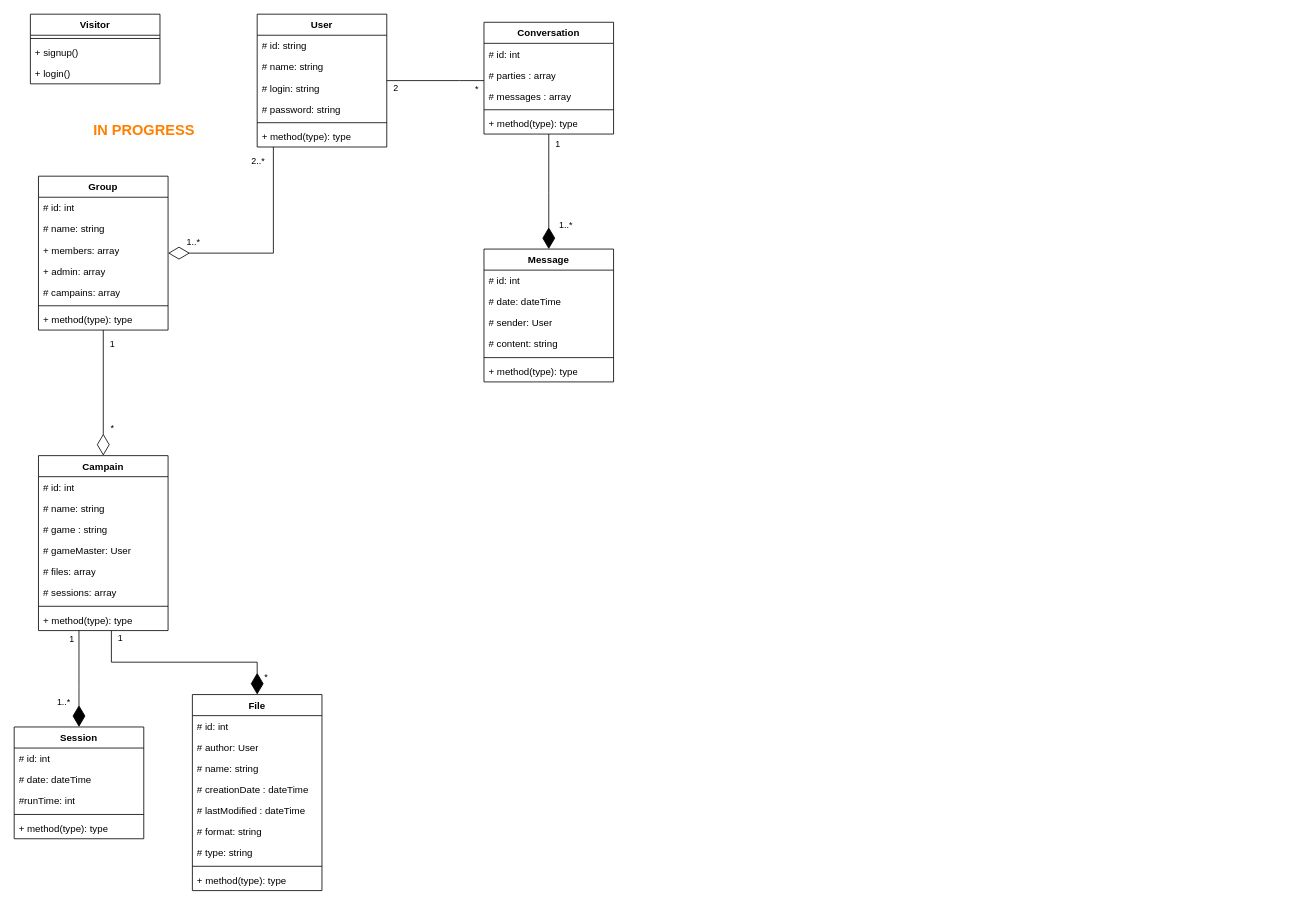
This is page "UML" (3 of 4) of Documentation/Diagrames.drawio from ThreeLeggedDuckling/I3WAD_SymfonyProject, a draw.io file, before an edit. Source tidied: cells renumbered, new cells numbered last; positions are measured from the earlier drawing's top-left corner, leaving out a move shared by most shapes. Both pictures are drawn from the tidied source at 81%, with x=0, y=0 at pixel (14, 14).
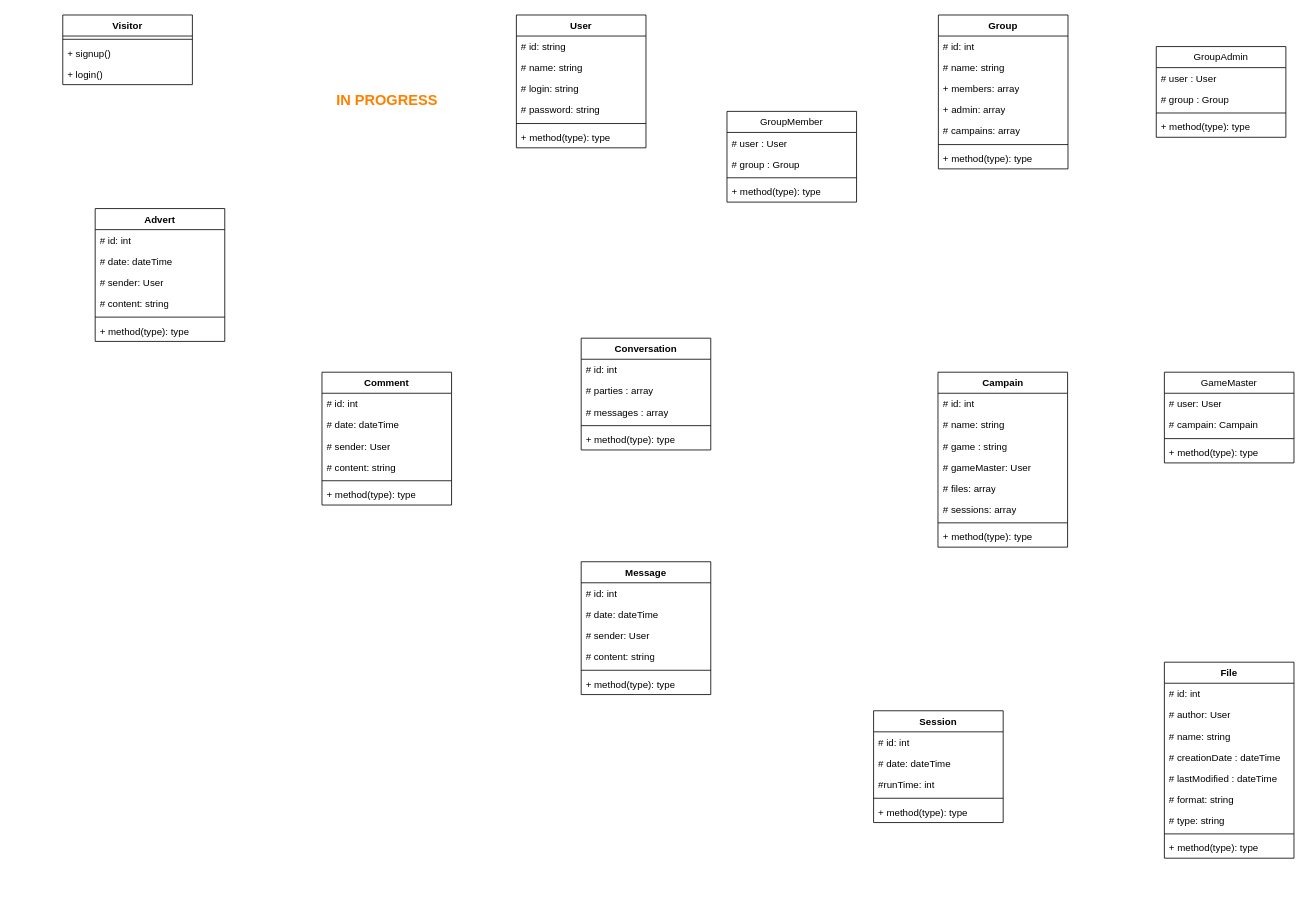
The same page after the edit.

Diff of the diagram source:
```diff
@@
     <mxCell id="2" value="User" style="swimlane;fontStyle=1;align=center;verticalAlign=top;horizontal=1;startSize=26;whiteSpace=wrap;html=1;" parent="1" vertex="1">
-      <mxGeometry x="300" width="160" height="164" as="geometry" />
+      <mxGeometry x="620" y="1" width="160" height="164" as="geometry" />
     </mxCell>
@@
     <mxCell id="9" value="Visitor" style="swimlane;fontStyle=1;align=center;verticalAlign=top;horizontal=1;startSize=26;whiteSpace=wrap;html=1;" parent="1" vertex="1">
-      <mxGeometry x="20" width="160" height="86" as="geometry" />
+      <mxGeometry x="60" y="1" width="160" height="86" as="geometry" />
     </mxCell>
@@
     <mxCell id="13" value="Group" style="swimlane;fontStyle=1;align=center;verticalAlign=top;horizontal=1;startSize=26;whiteSpace=wrap;html=1;" parent="1" vertex="1">
-      <mxGeometry x="30" y="200" width="160" height="190" as="geometry" />
+      <mxGeometry x="1141" y="1" width="160" height="190" as="geometry" />
     </mxCell>
@@
     <mxCell id="21" value="Campain" style="swimlane;fontStyle=1;align=center;verticalAlign=top;horizontal=1;startSize=26;whiteSpace=wrap;html=1;" parent="1" vertex="1">
-      <mxGeometry x="30" y="545" width="160" height="216" as="geometry" />
+      <mxGeometry x="1140.5" y="442" width="160" height="216" as="geometry" />
     </mxCell>
@@
     <mxCell id="30" value="Conversation" style="swimlane;fontStyle=1;align=center;verticalAlign=top;horizontal=1;startSize=26;whiteSpace=wrap;html=1;" parent="1" vertex="1">
-      <mxGeometry x="580" y="10" width="160" height="138" as="geometry" />
+      <mxGeometry x="700" y="400" width="160" height="138" as="geometry" />
     </mxCell>
@@
-    <mxCell id="36" style="endArrow=diamondThin;endFill=0;endSize=24;html=1;rounded=0;edgeStyle=orthogonalEdgeStyle;" parent="1" edge="1" source="13" target="21">
-      <mxGeometry relative="1" as="geometry" />
-    </mxCell>
-    <mxCell id="37" value="1" style="edgeLabel;html=1;align=center;verticalAlign=middle;" parent="36" vertex="1">
-      <mxGeometry x="0.01" y="1" relative="1" as="geometry">
-        <mxPoint x="9" y="-61" as="offset" />
-      </mxGeometry>
-    </mxCell>
-    <mxCell id="38" value="*" style="edgeLabel;html=1;align=center;verticalAlign=middle;" parent="36" vertex="1">
-      <mxGeometry x="0.48" y="1" relative="1" as="geometry">
-        <mxPoint x="9" y="5" as="offset" />
-      </mxGeometry>
-    </mxCell>
-    <mxCell id="39" style="endArrow=none;html=1;rounded=0;edgeStyle=orthogonalEdgeStyle;" parent="1" edge="1" source="2" target="30">
-      <mxGeometry relative="1" as="geometry">
-        <Array as="points">
-          <mxPoint x="550" y="82" />
-          <mxPoint x="550" y="82" />
-        </Array>
-      </mxGeometry>
-    </mxCell>
-    <mxCell id="40" value="*" style="edgeLabel;html=1;align=center;verticalAlign=middle;" parent="39" vertex="1">
-      <mxGeometry x="0.57" y="-1" relative="1" as="geometry">
-        <mxPoint x="16" y="8" as="offset" />
-      </mxGeometry>
-    </mxCell>
-    <mxCell id="41" value="2" style="edgeLabel;html=1;align=center;verticalAlign=middle;" parent="39" vertex="1">
-      <mxGeometry x="-0.52" y="-2" relative="1" as="geometry">
-        <mxPoint x="-19" y="6" as="offset" />
-      </mxGeometry>
-    </mxCell>
-    <mxCell id="42" style="endArrow=diamondThin;endFill=0;endSize=24;html=1;rounded=0;edgeStyle=orthogonalEdgeStyle;" parent="1" edge="1" source="2" target="13">
-      <mxGeometry relative="1" as="geometry">
-        <Array as="points">
-          <mxPoint x="320" y="295" />
-        </Array>
-      </mxGeometry>
-    </mxCell>
-    <mxCell id="43" value="1..*" style="edgeLabel;html=1;align=center;verticalAlign=middle;" parent="42" vertex="1">
-      <mxGeometry x="-0.06" relative="1" as="geometry">
-        <mxPoint x="-100" y="-7" as="offset" />
-      </mxGeometry>
-    </mxCell>
-    <mxCell id="44" value="2..*" style="edgeLabel;html=1;align=center;verticalAlign=middle;" parent="42" vertex="1">
-      <mxGeometry x="-0.59" y="-2" relative="1" as="geometry">
-        <mxPoint x="-18" y="-38" as="offset" />
-      </mxGeometry>
-    </mxCell>
     <mxCell id="45" value="&lt;b&gt;&lt;font color=&quot;#ff8000&quot; style=&quot;font-size: 18px;&quot;&gt;IN PROGRESS&lt;/font&gt;&lt;/b&gt;" style="text;html=1;align=center;verticalAlign=middle;strokeColor=none;fillColor=none;" parent="1" vertex="1">
-      <mxGeometry x="85" y="124" width="150" height="40" as="geometry" />
+      <mxGeometry x="385" y="87" width="150" height="40" as="geometry" />
     </mxCell>
     <mxCell id="46" value="Session" style="swimlane;fontStyle=1;align=center;verticalAlign=top;horizontal=1;startSize=26;whiteSpace=wrap;html=1;" parent="1" vertex="1">
-      <mxGeometry y="880" width="160" height="138" as="geometry" />
+      <mxGeometry x="1061" y="860" width="160" height="138" as="geometry" />
     </mxCell>
@@
     <mxCell id="52" value="File" style="swimlane;fontStyle=1;align=center;verticalAlign=top;horizontal=1;startSize=26;whiteSpace=wrap;html=1;" parent="1" vertex="1">
-      <mxGeometry x="220" y="840" width="160" height="242" as="geometry" />
+      <mxGeometry x="1420" y="800" width="160" height="242" as="geometry" />
     </mxCell>
@@
-    <mxCell id="62" style="endArrow=diamondThin;endFill=1;endSize=24;html=1;rounded=0;edgeStyle=orthogonalEdgeStyle;" parent="1" edge="1" source="21" target="52">
-      <mxGeometry relative="1" as="geometry">
-        <Array as="points">
-          <mxPoint x="120" y="800" />
-          <mxPoint x="300" y="800" />
-        </Array>
-      </mxGeometry>
-    </mxCell>
-    <mxCell id="63" value="1" style="edgeLabel;html=1;align=center;verticalAlign=middle;" parent="62" vertex="1">
-      <mxGeometry x="-0.85" y="-2" relative="1" as="geometry">
-        <mxPoint x="12" y="-11" as="offset" />
-      </mxGeometry>
-    </mxCell>
-    <mxCell id="64" value="*" style="edgeLabel;html=1;align=center;verticalAlign=middle;" parent="62" vertex="1">
-      <mxGeometry x="0.83" y="2" relative="1" as="geometry">
-        <mxPoint x="8" as="offset" />
-      </mxGeometry>
-    </mxCell>
-    <mxCell id="65" style="endArrow=diamondThin;endFill=1;endSize=24;html=1;rounded=0;edgeStyle=orthogonalEdgeStyle;" parent="1" edge="1" source="21" target="46">
-      <mxGeometry relative="1" as="geometry">
-        <Array as="points">
-          <mxPoint x="80" y="830" />
-          <mxPoint x="80" y="830" />
-        </Array>
-      </mxGeometry>
-    </mxCell>
-    <mxCell id="66" value="1" style="edgeLabel;html=1;align=center;verticalAlign=middle;" parent="65" vertex="1">
-      <mxGeometry x="0.01" y="-1" relative="1" as="geometry">
-        <mxPoint x="-9" y="-51" as="offset" />
-      </mxGeometry>
-    </mxCell>
-    <mxCell id="67" value="1..*" style="edgeLabel;html=1;align=center;verticalAlign=middle;" parent="65" vertex="1">
-      <mxGeometry x="0.46" y="1" relative="1" as="geometry">
-        <mxPoint x="-21" as="offset" />
-      </mxGeometry>
-    </mxCell>
-    <mxCell id="68" value="Message" style="swimlane;fontStyle=1;align=center;verticalAlign=top;horizontal=1;startSize=26;whiteSpace=wrap;html=1;" parent="1" vertex="1">
-      <mxGeometry x="580" y="290" width="160" height="164" as="geometry" />
+    <mxCell id="68" value="Advert" style="swimlane;fontStyle=1;align=center;verticalAlign=top;horizontal=1;startSize=26;whiteSpace=wrap;html=1;" parent="1" vertex="1">
+      <mxGeometry x="100" y="240" width="160" height="164" as="geometry" />
     </mxCell>
@@
-    <mxCell id="75" style="endArrow=diamondThin;endFill=1;endSize=24;html=1;rounded=0;edgeStyle=orthogonalEdgeStyle;" parent="1" edge="1" source="30" target="68">
-      <mxGeometry relative="1" as="geometry">
-        <Array as="points">
-          <mxPoint x="660" y="220" />
-          <mxPoint x="660" y="220" />
-        </Array>
-      </mxGeometry>
-    </mxCell>
-    <mxCell id="76" value="1" style="edgeLabel;html=1;align=center;verticalAlign=middle;" parent="75" vertex="1">
-      <mxGeometry x="-0.49" y="-1" relative="1" as="geometry">
-        <mxPoint x="11" y="-24" as="offset" />
-      </mxGeometry>
-    </mxCell>
-    <mxCell id="77" value="1..*" style="edgeLabel;html=1;align=center;verticalAlign=middle;" parent="75" vertex="1">
-      <mxGeometry x="0.49" relative="1" as="geometry">
-        <mxPoint x="20" y="6" as="offset" />
-      </mxGeometry>
-    </mxCell>
+    <mxCell id="78" value="GroupAdmin" style="swimlane;fontStyle=0;horizontal=1;startSize=26;fillColor=none;whiteSpace=wrap;html=1;" parent="1" vertex="1">
+      <mxGeometry x="1410" y="40" width="160" height="112" as="geometry" />
+    </mxCell>
+    <mxCell id="79" value="# user : User" style="text;strokeColor=none;fillColor=none;align=left;verticalAlign=top;spacingLeft=4;spacingRight=4;overflow=hidden;whiteSpace=wrap;html=1;" parent="78" vertex="1">
+      <mxGeometry y="26" width="160" height="26" as="geometry" />
+    </mxCell>
+    <mxCell id="80" value="# group : Group" style="text;strokeColor=none;fillColor=none;align=left;verticalAlign=top;spacingLeft=4;spacingRight=4;overflow=hidden;whiteSpace=wrap;html=1;" parent="78" vertex="1">
+      <mxGeometry y="52" width="160" height="26" as="geometry" />
+    </mxCell>
+    <mxCell id="81" style="line;strokeWidth=1;fillColor=none;align=left;verticalAlign=middle;spacingTop=-1;spacingLeft=3;spacingRight=3;labelPosition=right;strokeColor=inherit;" parent="78" vertex="1">
+      <mxGeometry y="78" width="160" height="8" as="geometry" />
+    </mxCell>
+    <mxCell id="82" value="+ method(type): type" style="text;strokeColor=none;fillColor=none;align=left;verticalAlign=top;spacingLeft=4;spacingRight=4;overflow=hidden;whiteSpace=wrap;html=1;" parent="78" vertex="1">
+      <mxGeometry y="86" width="160" height="26" as="geometry" />
+    </mxCell>
+    <mxCell id="83" value="GameMaster" style="swimlane;fontStyle=0;horizontal=1;startSize=26;fillColor=none;whiteSpace=wrap;html=1;" parent="1" vertex="1">
+      <mxGeometry x="1420" y="442" width="160" height="112" as="geometry" />
+    </mxCell>
+    <mxCell id="84" value="# user: User" style="text;strokeColor=none;fillColor=none;align=left;verticalAlign=top;spacingLeft=4;spacingRight=4;overflow=hidden;whiteSpace=wrap;html=1;" parent="83" vertex="1">
+      <mxGeometry y="26" width="160" height="26" as="geometry" />
+    </mxCell>
+    <mxCell id="85" value="# campain: Campain" style="text;strokeColor=none;fillColor=none;align=left;verticalAlign=top;spacingLeft=4;spacingRight=4;overflow=hidden;whiteSpace=wrap;html=1;" parent="83" vertex="1">
+      <mxGeometry y="52" width="160" height="26" as="geometry" />
+    </mxCell>
+    <mxCell id="86" style="line;strokeWidth=1;fillColor=none;align=left;verticalAlign=middle;spacingTop=-1;spacingLeft=3;spacingRight=3;labelPosition=right;strokeColor=inherit;" parent="83" vertex="1">
+      <mxGeometry y="78" width="160" height="8" as="geometry" />
+    </mxCell>
+    <mxCell id="87" value="+ method(type): type" style="text;strokeColor=none;fillColor=none;align=left;verticalAlign=top;spacingLeft=4;spacingRight=4;overflow=hidden;whiteSpace=wrap;html=1;" parent="83" vertex="1">
+      <mxGeometry y="86" width="160" height="26" as="geometry" />
+    </mxCell>
+    <mxCell id="88" value="Message" style="swimlane;fontStyle=1;align=center;verticalAlign=top;horizontal=1;startSize=26;whiteSpace=wrap;html=1;" parent="1" vertex="1">
+      <mxGeometry x="700" y="676" width="160" height="164" as="geometry" />
+    </mxCell>
+    <mxCell id="89" value="# id: int" style="text;strokeColor=none;fillColor=none;align=left;verticalAlign=top;spacingLeft=4;spacingRight=4;overflow=hidden;whiteSpace=wrap;html=1;" parent="88" vertex="1">
+      <mxGeometry y="26" width="160" height="26" as="geometry" />
+    </mxCell>
+    <mxCell id="90" value="# date: dateTime" style="text;strokeColor=none;fillColor=none;align=left;verticalAlign=top;spacingLeft=4;spacingRight=4;overflow=hidden;whiteSpace=wrap;html=1;" parent="88" vertex="1">
+      <mxGeometry y="52" width="160" height="26" as="geometry" />
+    </mxCell>
+    <mxCell id="91" value="# sender: User" style="text;strokeColor=none;fillColor=none;align=left;verticalAlign=top;spacingLeft=4;spacingRight=4;overflow=hidden;whiteSpace=wrap;html=1;" parent="88" vertex="1">
+      <mxGeometry y="78" width="160" height="26" as="geometry" />
+    </mxCell>
+    <mxCell id="92" value="# content: string" style="text;strokeColor=none;fillColor=none;align=left;verticalAlign=top;spacingLeft=4;spacingRight=4;overflow=hidden;whiteSpace=wrap;html=1;" parent="88" vertex="1">
+      <mxGeometry y="104" width="160" height="26" as="geometry" />
+    </mxCell>
+    <mxCell id="93" style="line;strokeWidth=1;fillColor=none;align=left;verticalAlign=middle;spacingTop=-1;spacingLeft=3;spacingRight=3;labelPosition=right;strokeColor=inherit;" parent="88" vertex="1">
+      <mxGeometry y="130" width="160" height="8" as="geometry" />
+    </mxCell>
+    <mxCell id="94" value="+ method(type): type" style="text;strokeColor=none;fillColor=none;align=left;verticalAlign=top;spacingLeft=4;spacingRight=4;overflow=hidden;whiteSpace=wrap;html=1;" parent="88" vertex="1">
+      <mxGeometry y="138" width="160" height="26" as="geometry" />
+    </mxCell>
+    <mxCell id="95" value="Comment" style="swimlane;fontStyle=1;align=center;verticalAlign=top;horizontal=1;startSize=26;whiteSpace=wrap;html=1;" parent="1" vertex="1">
+      <mxGeometry x="380" y="442" width="160" height="164" as="geometry" />
+    </mxCell>
+    <mxCell id="96" value="# id: int" style="text;strokeColor=none;fillColor=none;align=left;verticalAlign=top;spacingLeft=4;spacingRight=4;overflow=hidden;whiteSpace=wrap;html=1;" parent="95" vertex="1">
+      <mxGeometry y="26" width="160" height="26" as="geometry" />
+    </mxCell>
+    <mxCell id="97" value="# date: dateTime" style="text;strokeColor=none;fillColor=none;align=left;verticalAlign=top;spacingLeft=4;spacingRight=4;overflow=hidden;whiteSpace=wrap;html=1;" parent="95" vertex="1">
+      <mxGeometry y="52" width="160" height="26" as="geometry" />
+    </mxCell>
+    <mxCell id="98" value="# sender: User" style="text;strokeColor=none;fillColor=none;align=left;verticalAlign=top;spacingLeft=4;spacingRight=4;overflow=hidden;whiteSpace=wrap;html=1;" parent="95" vertex="1">
+      <mxGeometry y="78" width="160" height="26" as="geometry" />
+    </mxCell>
+    <mxCell id="99" value="# content: string" style="text;strokeColor=none;fillColor=none;align=left;verticalAlign=top;spacingLeft=4;spacingRight=4;overflow=hidden;whiteSpace=wrap;html=1;" parent="95" vertex="1">
+      <mxGeometry y="104" width="160" height="26" as="geometry" />
+    </mxCell>
+    <mxCell id="100" style="line;strokeWidth=1;fillColor=none;align=left;verticalAlign=middle;spacingTop=-1;spacingLeft=3;spacingRight=3;labelPosition=right;strokeColor=inherit;" parent="95" vertex="1">
+      <mxGeometry y="130" width="160" height="8" as="geometry" />
+    </mxCell>
+    <mxCell id="101" value="+ method(type): type" style="text;strokeColor=none;fillColor=none;align=left;verticalAlign=top;spacingLeft=4;spacingRight=4;overflow=hidden;whiteSpace=wrap;html=1;" parent="95" vertex="1">
+      <mxGeometry y="138" width="160" height="26" as="geometry" />
+    </mxCell>
+    <mxCell id="102" value="GroupMember" style="swimlane;fontStyle=0;horizontal=1;startSize=26;fillColor=none;whiteSpace=wrap;html=1;" parent="1" vertex="1">
+      <mxGeometry x="880" y="120" width="160" height="112" as="geometry" />
+    </mxCell>
+    <mxCell id="103" value="# user : User" style="text;strokeColor=none;fillColor=none;align=left;verticalAlign=top;spacingLeft=4;spacingRight=4;overflow=hidden;whiteSpace=wrap;html=1;" parent="102" vertex="1">
+      <mxGeometry y="26" width="160" height="26" as="geometry" />
+    </mxCell>
+    <mxCell id="104" value="# group : Group" style="text;strokeColor=none;fillColor=none;align=left;verticalAlign=top;spacingLeft=4;spacingRight=4;overflow=hidden;whiteSpace=wrap;html=1;" parent="102" vertex="1">
+      <mxGeometry y="52" width="160" height="26" as="geometry" />
+    </mxCell>
+    <mxCell id="105" style="line;strokeWidth=1;fillColor=none;align=left;verticalAlign=middle;spacingTop=-1;spacingLeft=3;spacingRight=3;labelPosition=right;strokeColor=inherit;" parent="102" vertex="1">
+      <mxGeometry y="78" width="160" height="8" as="geometry" />
+    </mxCell>
+    <mxCell id="106" value="+ method(type): type" style="text;strokeColor=none;fillColor=none;align=left;verticalAlign=top;spacingLeft=4;spacingRight=4;overflow=hidden;whiteSpace=wrap;html=1;" parent="102" vertex="1">
+      <mxGeometry y="86" width="160" height="26" as="geometry" />
+    </mxCell>
```
